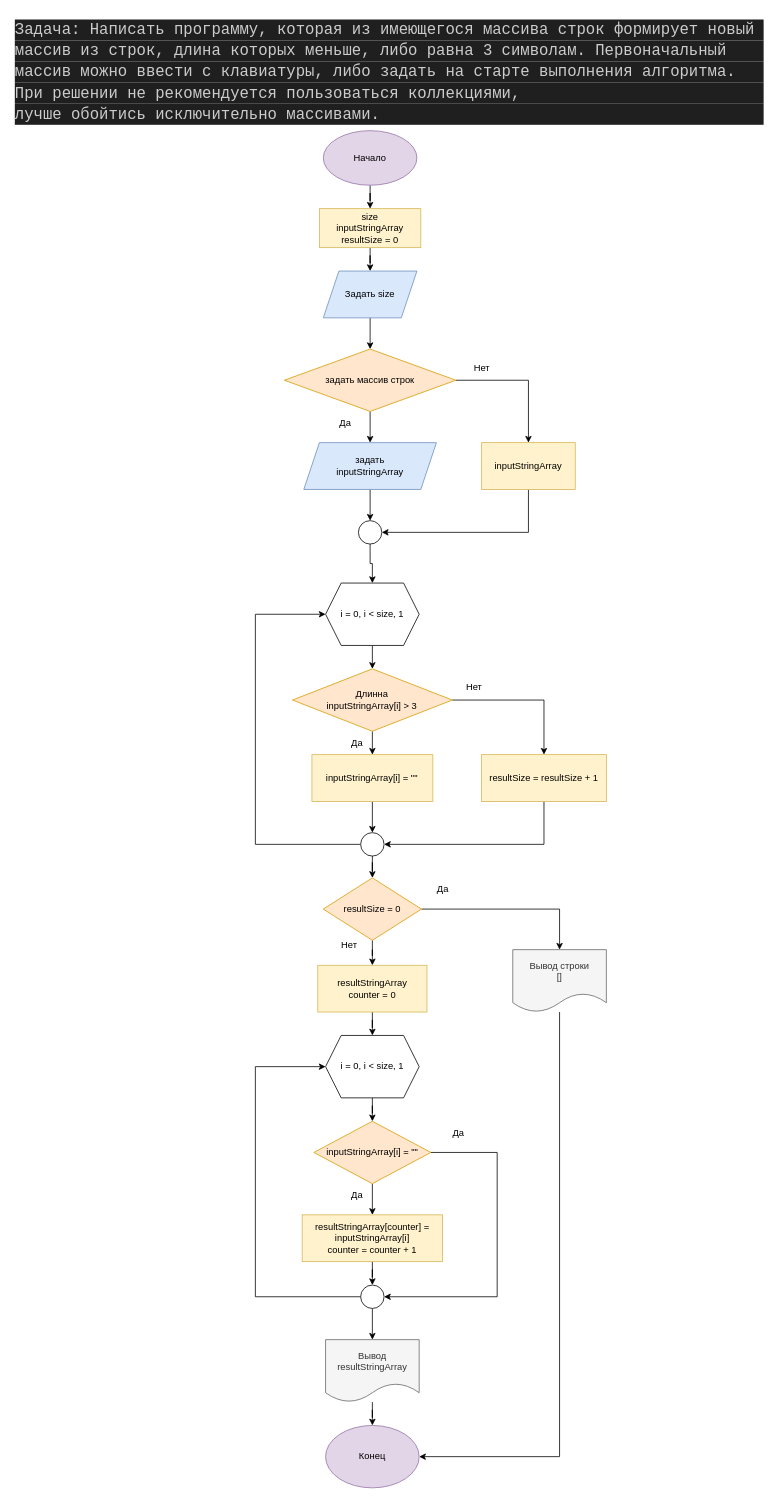
vesna/versioncontrol1 keeps this draw.io diagram as Блок схема.drawio. Above is the earlier version. Source tidied: cells renumbered, new cells numbered last; positions are measured from the earlier drawing's top-left corner, leaving out a move shared by most shapes. Both pictures are drawn from the tidied source at 78%, with x=0, y=0 at pixel (13, 13).
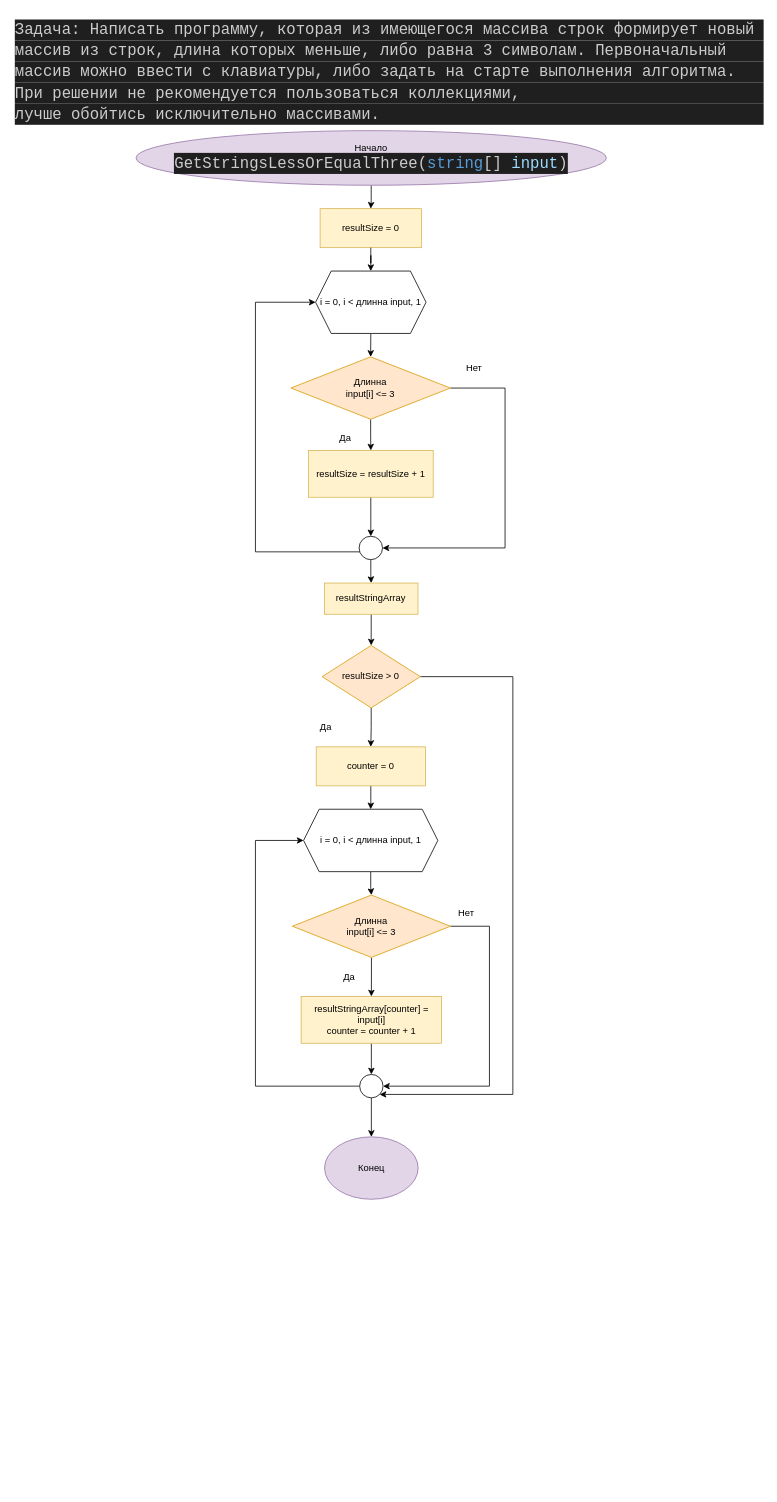
The same diagram, later.

Commit message:
обновление блок-схемы

Diff of the diagram source:
```diff
@@
-    <mxCell id="3" style="edgeStyle=orthogonalEdgeStyle;rounded=0;jettySize=auto;html=1;" parent="1" edge="1" source="4" target="6">
+    <mxCell id="3" style="edgeStyle=orthogonalEdgeStyle;rounded=0;jettySize=auto;html=1;entryX=0.5;entryY=0;entryDx=0;entryDy=0;" parent="1" edge="1" source="4" target="6">
       <mxGeometry relative="1" as="geometry" />
     </mxCell>
-    <mxCell id="4" value="Начало" style="ellipse;whiteSpace=wrap;html=1;fillColor=#e1d5e7;strokeColor=#9673a6;" parent="1" vertex="1">
-      <mxGeometry x="397" y="150" width="120" height="70" as="geometry" />
+    <mxCell id="4" value="Начало&lt;br&gt;&lt;div style=&quot;color: rgb(204, 204, 204); background-color: rgb(31, 31, 31); font-family: Consolas, &amp;quot;Courier New&amp;quot;, monospace; font-size: 20px; line-height: 27px;&quot;&gt;GetStringsLessOrEqualThree(&lt;span style=&quot;color: #569cd6;&quot;&gt;string&lt;/span&gt;[] &lt;span style=&quot;color: #9cdcfe;&quot;&gt;input&lt;/span&gt;)&lt;/div&gt;" style="ellipse;whiteSpace=wrap;html=1;fillColor=#e1d5e7;strokeColor=#9673a6;" parent="1" vertex="1">
+      <mxGeometry x="156.9" y="150" width="603" height="70" as="geometry" />
     </mxCell>
-    <mxCell id="5" style="edgeStyle=orthogonalEdgeStyle;rounded=0;jettySize=auto;html=1;entryX=0.5;entryY=0;entryDx=0;entryDy=0;" parent="1" edge="1" source="6" target="53">
-      <mxGeometry relative="1" as="geometry" />
-    </mxCell>
-    <mxCell id="6" value="size&lt;br&gt;inputStringArray&lt;br&gt;resultSize = 0" style="rounded=0;whiteSpace=wrap;html=1;fillColor=#fff2cc;strokeColor=#d6b656;" parent="1" vertex="1">
-      <mxGeometry x="392" y="250" width="130" height="50" as="geometry" />
+    <mxCell id="6" value="resultSize = 0" style="rounded=0;whiteSpace=wrap;html=1;fillColor=#fff2cc;strokeColor=#d6b656;" parent="1" vertex="1">
+      <mxGeometry x="392.9" y="250" width="130" height="50" as="geometry" />
     </mxCell>
-    <mxCell id="7" style="edgeStyle=orthogonalEdgeStyle;rounded=0;jettySize=auto;html=1;exitX=0.5;exitY=1;exitDx=0;exitDy=0;entryX=0.5;entryY=0;entryDx=0;entryDy=0;" parent="1" edge="1" target="11">
-      <mxGeometry relative="1" as="geometry">
-        <mxPoint x="459.9" y="810" as="sourcePoint" />
-      </mxGeometry>
+    <mxCell id="7" style="edgeStyle=orthogonalEdgeStyle;rounded=0;jettySize=auto;html=1;exitX=0.5;exitY=1;exitDx=0;exitDy=0;entryX=0.5;entryY=0;entryDx=0;entryDy=0;" parent="1" edge="1" source="8" target="11">
+      <mxGeometry relative="1" as="geometry" />
     </mxCell>
-    <mxCell id="8" value="i = 0, i &amp;lt; size, 1" style="shape=hexagon;perimeter=hexagonPerimeter2;whiteSpace=wrap;html=1;fixedSize=1;" parent="1" vertex="1">
-      <mxGeometry x="399.9" y="730" width="120" height="80" as="geometry" />
+    <mxCell id="8" value="i = 0, i &amp;lt; длинна input, 1" style="shape=hexagon;perimeter=hexagonPerimeter2;whiteSpace=wrap;html=1;fixedSize=1;" parent="1" vertex="1">
+      <mxGeometry x="387.1" y="330" width="141.6" height="80" as="geometry" />
     </mxCell>
-    <mxCell id="9" style="edgeStyle=orthogonalEdgeStyle;rounded=0;jettySize=auto;html=1;exitX=0.5;exitY=1;exitDx=0;exitDy=0;entryX=0.5;entryY=0;entryDx=0;entryDy=0;" parent="1" edge="1" source="11" target="13">
+    <mxCell id="9" style="edgeStyle=orthogonalEdgeStyle;rounded=0;jettySize=auto;html=1;exitX=0.5;exitY=1;exitDx=0;exitDy=0;entryX=0.5;entryY=0;entryDx=0;entryDy=0;" parent="1" edge="1" source="11" target="18">
       <mxGeometry relative="1" as="geometry" />
     </mxCell>
-    <mxCell id="10" style="edgeStyle=orthogonalEdgeStyle;rounded=0;jettySize=auto;html=1;exitX=1;exitY=0.5;exitDx=0;exitDy=0;entryX=0.5;entryY=0;entryDx=0;entryDy=0;" parent="1" edge="1" source="11" target="18">
-      <mxGeometry relative="1" as="geometry" />
-    </mxCell>
+    <mxCell id="58" style="edgeStyle=orthogonalEdgeStyle;rounded=0;jettySize=auto;html=1;entryX=1;entryY=0.5;entryDx=0;entryDy=0;" parent="1" edge="1" source="11" target="22">
+      <mxGeometry relative="1" as="geometry">
+        <Array as="points">
+          <mxPoint x="630" y="480" />
+          <mxPoint x="630" y="685" />
+        </Array>
+      </mxGeometry>
+    </mxCell>
-    <mxCell id="11" value="Длинна&lt;br&gt;inputStringArray[i] &amp;gt; 3" style="rhombus;whiteSpace=wrap;html=1;fillColor=#ffe6cc;strokeColor=#d79b00;" parent="1" vertex="1">
-      <mxGeometry x="357.4" y="840" width="205" height="80" as="geometry" />
+    <mxCell id="11" value="Длинна&lt;br&gt;input[i] &amp;lt;= 3" style="rhombus;whiteSpace=wrap;html=1;fillColor=#ffe6cc;strokeColor=#d79b00;" parent="1" vertex="1">
+      <mxGeometry x="355.4" y="440" width="204.6" height="80" as="geometry" />
     </mxCell>
-    <mxCell id="12" style="edgeStyle=orthogonalEdgeStyle;rounded=0;jettySize=auto;html=1;entryX=0.5;entryY=0;entryDx=0;entryDy=0;" parent="1" edge="1" source="13" target="22">
+    <mxCell id="12" style="edgeStyle=orthogonalEdgeStyle;rounded=0;jettySize=auto;html=1;entryX=0.5;entryY=0;entryDx=0;entryDy=0;exitX=0.5;exitY=1;exitDx=0;exitDy=0;" parent="1" edge="1" source="18" target="22">
       <mxGeometry relative="1" as="geometry" />
     </mxCell>
-    <mxCell id="13" value="inputStringArray[i] = &quot;&quot;" style="rounded=0;whiteSpace=wrap;html=1;fillColor=#fff2cc;strokeColor=#d6b656;" parent="1" vertex="1">
-      <mxGeometry x="382.4" y="950" width="155" height="60" as="geometry" />
-    </mxCell>
     <mxCell id="14" value="Да" style="text;html=1;align=center;verticalAlign=middle;strokeColor=none;fillColor=none;" parent="1" vertex="1">
-      <mxGeometry x="419.9" y="920" width="40" height="30" as="geometry" />
+      <mxGeometry x="404.9" y="530" width="40" height="30" as="geometry" />
     </mxCell>
-    <mxCell id="15" style="edgeStyle=orthogonalEdgeStyle;rounded=0;jettySize=auto;html=1;exitX=0;exitY=0.5;exitDx=0;exitDy=0;entryX=0;entryY=0.5;entryDx=0;entryDy=0;" parent="1" edge="1" source="22">
+    <mxCell id="15" style="edgeStyle=orthogonalEdgeStyle;rounded=0;jettySize=auto;html=1;exitX=0;exitY=0.5;exitDx=0;exitDy=0;entryX=0;entryY=0.5;entryDx=0;entryDy=0;" parent="1" edge="1" source="22" target="8">
       <mxGeometry relative="1" as="geometry">
-        <mxPoint x="399.9" y="770" as="targetPoint" />
         <Array as="points">
-          <mxPoint x="309.9" y="1065" />
-          <mxPoint x="309.9" y="770" />
+          <mxPoint x="445" y="685" />
+          <mxPoint x="445" y="690" />
+          <mxPoint x="310" y="690" />
+          <mxPoint x="310" y="370" />
         </Array>
       </mxGeometry>
     </mxCell>
-    <mxCell id="16" value="Нет" style="text;html=1;align=center;verticalAlign=middle;strokeColor=none;fillColor=none;" parent="1" vertex="1">
-      <mxGeometry x="569.9" y="848" width="40" height="30" as="geometry" />
-    </mxCell>
-    <mxCell id="17" style="edgeStyle=orthogonalEdgeStyle;rounded=0;jettySize=auto;html=1;entryX=1;entryY=0.5;entryDx=0;entryDy=0;" parent="1" edge="1" source="18" target="22">
-      <mxGeometry relative="1" as="geometry">
-        <Array as="points">
-          <mxPoint x="679.9" y="1065" />
-        </Array>
-      </mxGeometry>
-    </mxCell>
     <mxCell id="18" value="resultSize = resultSize + 1" style="rounded=0;whiteSpace=wrap;html=1;fillColor=#fff2cc;strokeColor=#d6b656;" parent="1" vertex="1">
-      <mxGeometry x="599.9" y="950" width="160" height="60" as="geometry" />
+      <mxGeometry x="377.9" y="560" width="160" height="60" as="geometry" />
     </mxCell>
@@
-    <mxCell id="20" value="resultStringArray&lt;br&gt;counter = 0" style="rounded=0;whiteSpace=wrap;html=1;fillColor=#fff2cc;strokeColor=#d6b656;" parent="1" vertex="1">
-      <mxGeometry x="389.9" y="1220" width="140" height="60" as="geometry" />
+    <mxCell id="20" value="counter = 0" style="rounded=0;whiteSpace=wrap;html=1;fillColor=#fff2cc;strokeColor=#d6b656;" parent="1" vertex="1">
+      <mxGeometry x="387.9" y="940" width="140" height="50" as="geometry" />
     </mxCell>
-    <mxCell id="21" style="edgeStyle=orthogonalEdgeStyle;rounded=0;jettySize=auto;html=1;" parent="1" edge="1" source="22" target="25">
+    <mxCell id="21" style="edgeStyle=orthogonalEdgeStyle;rounded=0;jettySize=auto;html=1;entryX=0.5;entryY=0;entryDx=0;entryDy=0;" parent="1" edge="1" source="22" target="61">
       <mxGeometry relative="1" as="geometry" />
     </mxCell>
     <mxCell id="22" style="ellipse;whiteSpace=wrap;html=1;" parent="1" vertex="1">
-      <mxGeometry x="444.9" y="1050" width="30" height="30" as="geometry" />
+      <mxGeometry x="442.9" y="670" width="30" height="30" as="geometry" />
     </mxCell>
-    <mxCell id="23" style="edgeStyle=orthogonalEdgeStyle;rounded=0;jettySize=auto;html=1;entryX=0.5;entryY=0;entryDx=0;entryDy=0;" parent="1" edge="1" source="25" target="27">
-      <mxGeometry relative="1" as="geometry" />
+    <mxCell id="23" style="edgeStyle=orthogonalEdgeStyle;rounded=0;jettySize=auto;html=1;entryX=1;entryY=1;entryDx=0;entryDy=0;" parent="1" edge="1" source="25" target="41">
+      <mxGeometry relative="1" as="geometry">
+        <Array as="points">
+          <mxPoint x="640" y="850" />
+          <mxPoint x="640" y="1386" />
+        </Array>
+      </mxGeometry>
     </mxCell>
@@
-    <mxCell id="25" value="resultSize = 0" style="rhombus;whiteSpace=wrap;html=1;fillColor=#ffe6cc;strokeColor=#d79b00;" parent="1" vertex="1">
-      <mxGeometry x="396.9" y="1108" width="126" height="80" as="geometry" />
+    <mxCell id="25" value="resultSize &amp;gt; 0" style="rhombus;whiteSpace=wrap;html=1;fillColor=#ffe6cc;strokeColor=#d79b00;" parent="1" vertex="1">
+      <mxGeometry x="395.4" y="810" width="126" height="80" as="geometry" />
     </mxCell>
-    <mxCell id="26" style="edgeStyle=orthogonalEdgeStyle;rounded=0;jettySize=auto;html=1;entryX=1;entryY=0.5;entryDx=0;entryDy=0;" parent="1" edge="1" source="27" target="44">
-      <mxGeometry relative="1" as="geometry">
-        <Array as="points">
-          <mxPoint x="699.9" y="1850" />
-        </Array>
-      </mxGeometry>
-    </mxCell>
-    <mxCell id="27" value="Вывод строки&lt;br&gt;[]" style="shape=document;whiteSpace=wrap;html=1;boundedLbl=1;fillColor=#f5f5f5;fontColor=#333333;strokeColor=#666666;" parent="1" vertex="1">
-      <mxGeometry x="639.9" y="1200" width="120" height="80" as="geometry" />
-    </mxCell>
-    <mxCell id="28" value="Да" style="text;html=1;align=center;verticalAlign=middle;strokeColor=none;fillColor=none;" parent="1" vertex="1">
-      <mxGeometry x="529.9" y="1108" width="40" height="30" as="geometry" />
-    </mxCell>
-    <mxCell id="29" value="Нет" style="text;html=1;align=center;verticalAlign=middle;strokeColor=none;fillColor=none;" parent="1" vertex="1">
-      <mxGeometry x="409.9" y="1180" width="40" height="30" as="geometry" />
-    </mxCell>
@@
-    <mxCell id="31" value="i = 0, i &amp;lt; size, 1" style="shape=hexagon;perimeter=hexagonPerimeter2;whiteSpace=wrap;html=1;fixedSize=1;" parent="1" vertex="1">
-      <mxGeometry x="399.9" y="1310" width="120" height="80" as="geometry" />
+    <mxCell id="31" value="i = 0, i &amp;lt; длинна input, 1" style="shape=hexagon;perimeter=hexagonPerimeter2;whiteSpace=wrap;html=1;fixedSize=1;" parent="1" vertex="1">
+      <mxGeometry x="371.7" y="1020" width="172.1" height="80" as="geometry" />
     </mxCell>
@@
-    <mxCell id="33" style="edgeStyle=orthogonalEdgeStyle;rounded=0;jettySize=auto;html=1;exitX=1;exitY=0.5;exitDx=0;exitDy=0;entryX=1;entryY=0.5;entryDx=0;entryDy=0;" parent="1" edge="1" source="34" target="41">
+    <mxCell id="33" style="edgeStyle=orthogonalEdgeStyle;rounded=0;jettySize=auto;html=1;entryX=1;entryY=0.5;entryDx=0;entryDy=0;" parent="1" edge="1" source="34" target="41">
       <mxGeometry relative="1" as="geometry">
         <Array as="points">
-          <mxPoint x="619.9" y="1460" />
-          <mxPoint x="619.9" y="1645" />
+          <mxPoint x="610" y="1170" />
+          <mxPoint x="610" y="1375" />
         </Array>
       </mxGeometry>
     </mxCell>
-    <mxCell id="34" value="inputStringArray[i] = &quot;&quot;" style="rhombus;whiteSpace=wrap;html=1;fillColor=#ffe6cc;strokeColor=#d79b00;" parent="1" vertex="1">
-      <mxGeometry x="384.9" y="1420" width="150" height="80" as="geometry" />
+    <mxCell id="34" value="Длинна&lt;br style=&quot;border-color: var(--border-color);&quot;&gt;input[i] &amp;lt;= 3" style="rhombus;whiteSpace=wrap;html=1;fillColor=#ffe6cc;strokeColor=#d79b00;" parent="1" vertex="1">
+      <mxGeometry x="357.3" y="1130" width="202.7" height="80" as="geometry" />
     </mxCell>
     <mxCell id="35" value="Да" style="text;html=1;align=center;verticalAlign=middle;strokeColor=none;fillColor=none;" parent="1" vertex="1">
-      <mxGeometry x="419.9" y="1500" width="40" height="30" as="geometry" />
+      <mxGeometry x="410" y="1220" width="40" height="30" as="geometry" />
     </mxCell>
@@
-    <mxCell id="37" value="resultStringArray[counter] =&lt;br&gt;inputStringArray[i]&lt;br&gt;counter = counter + 1" style="rounded=0;whiteSpace=wrap;html=1;fillColor=#fff2cc;strokeColor=#d6b656;" parent="1" vertex="1">
-      <mxGeometry x="369.9" y="1540" width="180" height="60" as="geometry" />
+    <mxCell id="37" value="resultStringArray[counter] =&lt;br&gt;input[i]&lt;br&gt;counter = counter + 1" style="rounded=0;whiteSpace=wrap;html=1;fillColor=#fff2cc;strokeColor=#d6b656;" parent="1" vertex="1">
+      <mxGeometry x="368.6" y="1260" width="180" height="60" as="geometry" />
     </mxCell>
-    <mxCell id="38" value="Да" style="text;html=1;align=center;verticalAlign=middle;strokeColor=none;fillColor=none;" parent="1" vertex="1">
-      <mxGeometry x="549.9" y="1420" width="40" height="30" as="geometry" />
-    </mxCell>
     <mxCell id="39" style="edgeStyle=orthogonalEdgeStyle;rounded=0;jettySize=auto;html=1;exitX=0;exitY=0.5;exitDx=0;exitDy=0;entryX=0;entryY=0.5;entryDx=0;entryDy=0;" parent="1" edge="1" source="41" target="31">
       <mxGeometry relative="1" as="geometry">
         <Array as="points">
-          <mxPoint x="309.9" y="1645" />
-          <mxPoint x="309.9" y="1350" />
+          <mxPoint x="310" y="1375" />
+          <mxPoint x="310" y="1060" />
         </Array>
       </mxGeometry>
     </mxCell>
-    <mxCell id="40" style="edgeStyle=orthogonalEdgeStyle;rounded=0;jettySize=auto;html=1;entryX=0.5;entryY=0;entryDx=0;entryDy=0;" parent="1" edge="1" source="41" target="43">
+    <mxCell id="40" style="edgeStyle=orthogonalEdgeStyle;rounded=0;jettySize=auto;html=1;entryX=0.5;entryY=0;entryDx=0;entryDy=0;" parent="1" edge="1" source="41" target="44">
       <mxGeometry relative="1" as="geometry" />
     </mxCell>
     <mxCell id="41" style="ellipse;whiteSpace=wrap;html=1;" parent="1" vertex="1">
-      <mxGeometry x="444.9" y="1630" width="30" height="30" as="geometry" />
+      <mxGeometry x="443.6" y="1360" width="30" height="30" as="geometry" />
     </mxCell>
-    <mxCell id="42" style="edgeStyle=orthogonalEdgeStyle;rounded=0;jettySize=auto;html=1;entryX=0.5;entryY=0;entryDx=0;entryDy=0;" parent="1" edge="1" source="43" target="44">
-      <mxGeometry relative="1" as="geometry" />
-    </mxCell>
-    <mxCell id="43" value="Вывод&lt;br&gt;resultStringArray" style="shape=document;whiteSpace=wrap;html=1;boundedLbl=1;fillColor=#f5f5f5;fontColor=#333333;strokeColor=#666666;" parent="1" vertex="1">
-      <mxGeometry x="399.9" y="1700" width="120" height="80" as="geometry" />
-    </mxCell>
     <mxCell id="44" value="Конец" style="ellipse;whiteSpace=wrap;html=1;fillColor=#e1d5e7;strokeColor=#9673a6;" parent="1" vertex="1">
-      <mxGeometry x="399.9" y="1810" width="120" height="80" as="geometry" />
+      <mxGeometry x="398.6" y="1440" width="120" height="80" as="geometry" />
     </mxCell>
-    <mxCell id="45" style="edgeStyle=orthogonalEdgeStyle;rounded=0;jettySize=auto;html=1;entryX=0.5;entryY=0;entryDx=0;entryDy=0;" parent="1" edge="1" source="47" target="49">
-      <mxGeometry relative="1" as="geometry" />
-    </mxCell>
-    <mxCell id="46" style="edgeStyle=orthogonalEdgeStyle;rounded=0;jettySize=auto;html=1;entryX=0.5;entryY=0;entryDx=0;entryDy=0;" parent="1" edge="1" source="47" target="51">
-      <mxGeometry relative="1" as="geometry" />
-    </mxCell>
-    <mxCell id="47" value="задать массив строк" style="rhombus;whiteSpace=wrap;html=1;fillColor=#ffe6cc;strokeColor=#d79b00;" parent="1" vertex="1">
-      <mxGeometry x="347" y="430" width="220" height="80" as="geometry" />
-    </mxCell>
-    <mxCell id="48" style="edgeStyle=orthogonalEdgeStyle;rounded=0;jettySize=auto;html=1;entryX=0.5;entryY=0;entryDx=0;entryDy=0;" parent="1" edge="1" source="49" target="57">
-      <mxGeometry relative="1" as="geometry" />
-    </mxCell>
-    <mxCell id="49" value="задать&lt;br&gt;inputStringArray" style="shape=parallelogram;perimeter=parallelogramPerimeter;whiteSpace=wrap;html=1;fixedSize=1;fillColor=#dae8fc;strokeColor=#6c8ebf;" parent="1" vertex="1">
-      <mxGeometry x="372" y="550" width="170" height="60" as="geometry" />
-    </mxCell>
-    <mxCell id="50" style="edgeStyle=orthogonalEdgeStyle;rounded=0;jettySize=auto;html=1;entryX=1;entryY=0.5;entryDx=0;entryDy=0;" parent="1" edge="1" source="51" target="57">
-      <mxGeometry relative="1" as="geometry">
-        <Array as="points">
-          <mxPoint x="660" y="665" />
-        </Array>
-      </mxGeometry>
-    </mxCell>
-    <mxCell id="51" value="inputStringArray" style="rounded=0;whiteSpace=wrap;html=1;fillColor=#fff2cc;strokeColor=#d6b656;" parent="1" vertex="1">
-      <mxGeometry x="600" y="550" width="120" height="60" as="geometry" />
-    </mxCell>
-    <mxCell id="52" style="edgeStyle=orthogonalEdgeStyle;rounded=0;jettySize=auto;html=1;" parent="1" edge="1" source="53" target="47">
+    <mxCell id="52" style="edgeStyle=orthogonalEdgeStyle;rounded=0;jettySize=auto;html=1;entryX=0.5;entryY=0;entryDx=0;entryDy=0;" parent="1" edge="1" source="6" target="8">
       <mxGeometry relative="1" as="geometry" />
     </mxCell>
-    <mxCell id="53" value="Задать size" style="shape=parallelogram;perimeter=parallelogramPerimeter;whiteSpace=wrap;html=1;fixedSize=1;fillColor=#dae8fc;strokeColor=#6c8ebf;" parent="1" vertex="1">
-      <mxGeometry x="397" y="330" width="120" height="60" as="geometry" />
-    </mxCell>
-    <mxCell id="54" value="Да" style="text;html=1;align=center;verticalAlign=middle;strokeColor=none;fillColor=none;" parent="1" vertex="1">
-      <mxGeometry x="405" y="510" width="40" height="30" as="geometry" />
-    </mxCell>
-    <mxCell id="55" value="Нет" style="text;html=1;align=center;verticalAlign=middle;strokeColor=none;fillColor=none;" parent="1" vertex="1">
-      <mxGeometry x="580" y="440" width="40" height="30" as="geometry" />
-    </mxCell>
-    <mxCell id="56" style="edgeStyle=orthogonalEdgeStyle;rounded=0;jettySize=auto;html=1;" parent="1" edge="1" source="57" target="8">
-      <mxGeometry relative="1" as="geometry" />
-    </mxCell>
-    <mxCell id="57" style="ellipse;whiteSpace=wrap;html=1;" parent="1" vertex="1">
-      <mxGeometry x="442" y="650" width="30" height="30" as="geometry" />
-    </mxCell>
+    <mxCell id="59" value="Нет" style="text;html=1;align=center;verticalAlign=middle;strokeColor=none;fillColor=none;" parent="1" vertex="1">
+      <mxGeometry x="570" y="440" width="40" height="30" as="geometry" />
+    </mxCell>
+    <mxCell id="60" style="edgeStyle=orthogonalEdgeStyle;rounded=0;jettySize=auto;html=1;entryX=0.5;entryY=0;entryDx=0;entryDy=0;" parent="1" edge="1" source="61" target="25">
+      <mxGeometry relative="1" as="geometry" />
+    </mxCell>
+    <mxCell id="61" value="resultStringArray" style="rounded=0;whiteSpace=wrap;html=1;fillColor=#fff2cc;strokeColor=#d6b656;" parent="1" vertex="1">
+      <mxGeometry x="398.4" y="730" width="120" height="40" as="geometry" />
+    </mxCell>
+    <mxCell id="62" value="Да" style="text;html=1;align=center;verticalAlign=middle;strokeColor=none;fillColor=none;" parent="1" vertex="1">
+      <mxGeometry x="379.9" y="900" width="40" height="30" as="geometry" />
+    </mxCell>
+    <mxCell id="63" value="Нет" style="text;html=1;align=center;verticalAlign=middle;strokeColor=none;fillColor=none;" parent="1" vertex="1">
+      <mxGeometry x="560" y="1138" width="40" height="30" as="geometry" />
+    </mxCell>
```
